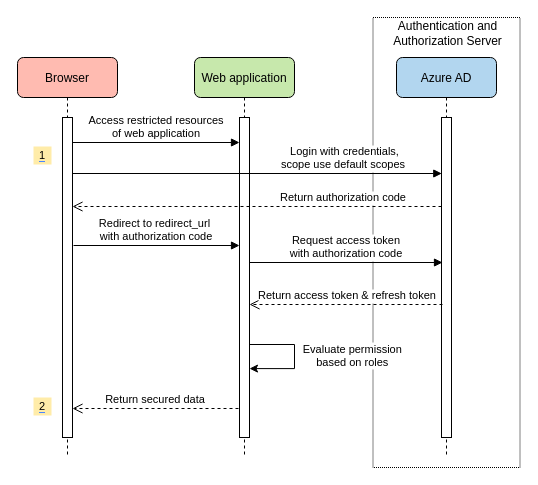
This is sdk/spring/azure-spring-boot-starter-active-directory/resource/source-file/aad-based-standalone-web-application.drawio from Azure/azure-sdk-for-java, a draw.io file, before an edit. Source tidied: cells renumbered, new cells numbered last; positions are measured from the earlier drawing's top-left corner, leaving out a move shared by most shapes. Both pictures are drawn from the tidied source at 100%, with x=0, y=0 at pixel (17, 17).
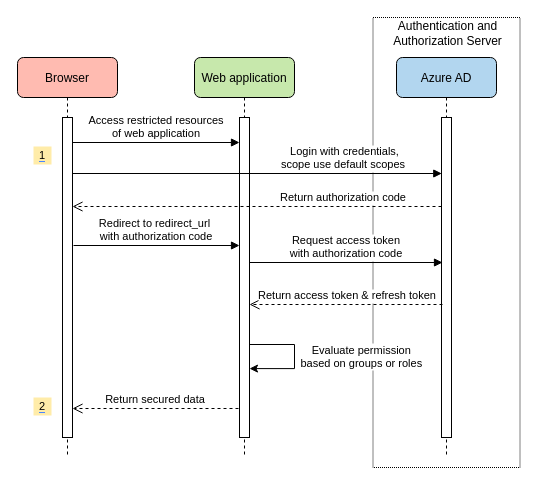
The same page after the edit.

The change refers to these unchanged cells:
```xml
<mxCell id="13" style="edgeStyle=orthogonalEdgeStyle;rounded=0;orthogonalLoop=1;jettySize=auto;html=1;entryX=1;entryY=0.479;entryDx=0;entryDy=0;entryPerimeter=0;fontSize=11;" parent="1" edge="1">
  <mxGeometry relative="1" as="geometry">
    <mxPoint x="232" y="327" as="sourcePoint" />
    <mxPoint x="232" y="351.1" as="targetPoint" />
    <Array as="points">
      <mxPoint x="277" y="327" />
      <mxPoint x="277" y="351" />
    </Array>
  </mxGeometry>
</mxCell>
```

What changed in the source:
```diff
@@
-    <mxCell id="14" value="Evaluate permission &#10;based on roles" style="edgeLabel;align=center;verticalAlign=middle;fontSize=11;spacingRight=0;spacingLeft=16;" parent="13" vertex="1">
+    <mxCell id="14" value="Evaluate permission &#10;based on groups or roles" style="edgeLabel;align=center;verticalAlign=middle;fontSize=11;spacingRight=0;spacingLeft=16;" parent="13" vertex="1">
       <mxGeometry x="-0.69" relative="1" as="geometry">
-        <mxPoint x="76.8" y="10" as="offset" />
+        <mxPoint x="85.8" y="11" as="offset" />
       </mxGeometry>
     </mxCell>
```
